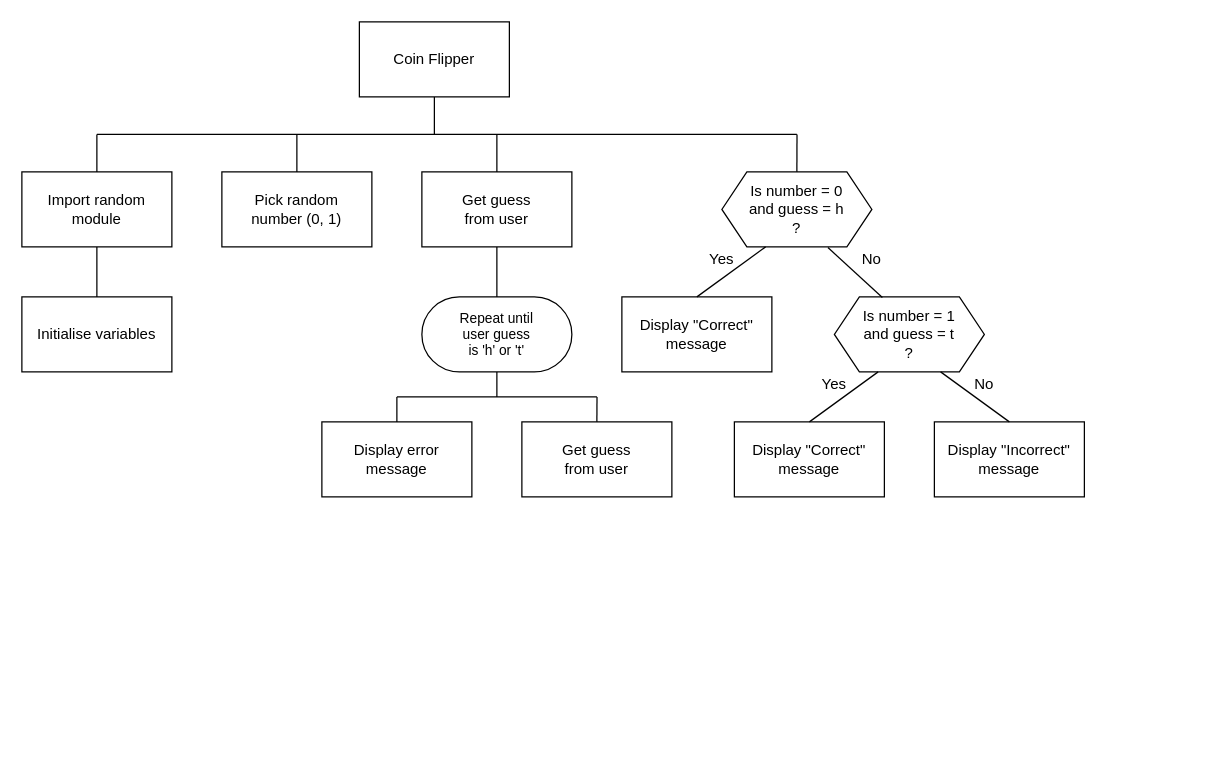
This is page "sd2" (2 of 2) of n5-cs/sdd/N5-SDD-Coin-Flipper/assets/N5 SDD Coin Flipper.drawio from MrFriendCS/MrFriendCS.github.io, a draw.io file, before an edit. Source tidied: cells renumbered, new cells numbered last; positions are measured from the earlier drawing's top-left corner, leaving out a move shared by most shapes. Both pictures are drawn from the tidied source at 125%, with x=0, y=0 at pixel (21, 21).
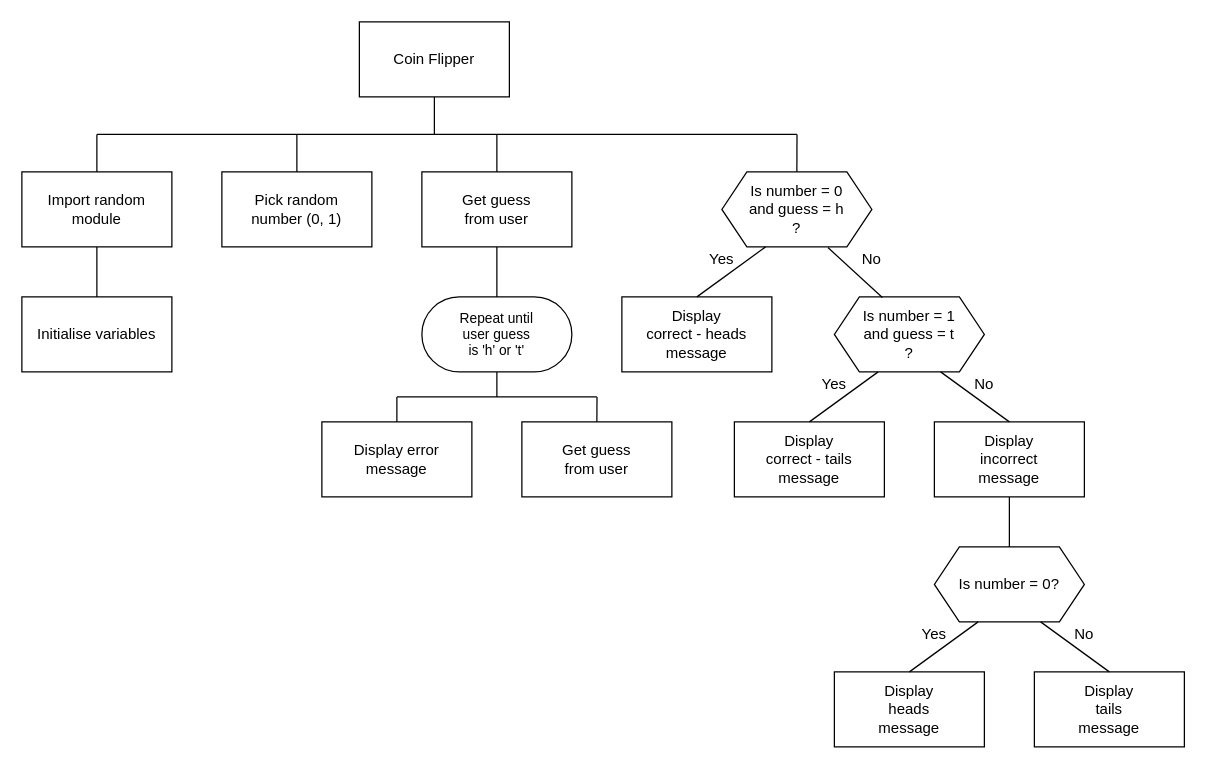
The same page after the edit.

Change to the diagram source:
```diff
@@
-    <mxCell id="7" value="Display &quot;Correct&quot;&lt;div&gt;message&lt;/div&gt;" style="rounded=0;whiteSpace=wrap;html=1;fillColor=none;" parent="1" vertex="1">
+    <mxCell id="7" value="Display&lt;div&gt;correct - heads&lt;div&gt;message&lt;/div&gt;&lt;/div&gt;" style="rounded=0;whiteSpace=wrap;html=1;fillColor=none;" parent="1" vertex="1">
       <mxGeometry x="480" y="220" width="120" height="60" as="geometry" />
     </mxCell>
@@
-    <mxCell id="28" value="Display &quot;Correct&quot;&lt;div&gt;message&lt;/div&gt;" style="rounded=0;whiteSpace=wrap;html=1;fillColor=none;" parent="1" vertex="1">
+    <mxCell id="28" value="Display&lt;div&gt;correct - tails&lt;div&gt;message&lt;/div&gt;&lt;/div&gt;" style="rounded=0;whiteSpace=wrap;html=1;fillColor=none;" parent="1" vertex="1">
       <mxGeometry x="570" y="320" width="120" height="60" as="geometry" />
     </mxCell>
+    <mxCell id="35" style="edgeStyle=orthogonalEdgeStyle;rounded=0;jettySize=auto;html=1;exitX=0.5;exitY=1;exitDx=0;exitDy=0;entryX=0.5;entryY=0;entryDx=0;entryDy=0;endArrow=none;endFill=0;" parent="1" edge="1" source="29" target="42">
+      <mxGeometry relative="1" as="geometry" />
+    </mxCell>
-    <mxCell id="29" value="&lt;span&gt;Display &quot;Incorrect&quot;&lt;/span&gt;&lt;div&gt;&lt;span&gt;message&lt;/span&gt;&lt;/div&gt;" style="rounded=0;whiteSpace=wrap;html=1;align=center;fillColor=none;" parent="1" vertex="1">
+    <mxCell id="29" value="&lt;span&gt;Display&lt;/span&gt;&lt;div&gt;&lt;span&gt;incorrect&lt;/span&gt;&lt;div&gt;&lt;span&gt;message&lt;/span&gt;&lt;/div&gt;&lt;/div&gt;" style="rounded=0;whiteSpace=wrap;html=1;align=center;fillColor=none;" parent="1" vertex="1">
       <mxGeometry x="730" y="320" width="120" height="60" as="geometry" />
     </mxCell>
@@
+    <mxCell id="36" value="Display&lt;div&gt;heads&lt;div&gt;message&lt;/div&gt;&lt;/div&gt;" style="rounded=0;whiteSpace=wrap;html=1;fillColor=none;" parent="1" vertex="1">
+      <mxGeometry x="650" y="520" width="120" height="60" as="geometry" />
+    </mxCell>
+    <mxCell id="37" value="&lt;span&gt;Display&lt;/span&gt;&lt;div&gt;&lt;span&gt;tails&lt;/span&gt;&lt;div&gt;&lt;span&gt;message&lt;/span&gt;&lt;/div&gt;&lt;/div&gt;" style="rounded=0;whiteSpace=wrap;html=1;align=center;fillColor=none;" parent="1" vertex="1">
+      <mxGeometry x="810" y="520" width="120" height="60" as="geometry" />
+    </mxCell>
+    <mxCell id="38" style="rounded=0;jettySize=auto;html=1;exitX=0.25;exitY=1;exitDx=0;exitDy=0;entryX=0.5;entryY=0;entryDx=0;entryDy=0;endArrow=none;endFill=0;" parent="1" edge="1" target="36">
+      <mxGeometry relative="1" as="geometry">
+        <mxPoint x="765" y="480" as="sourcePoint" />
+      </mxGeometry>
+    </mxCell>
+    <mxCell id="39" style="edgeStyle=none;rounded=0;jettySize=auto;html=1;exitX=0.75;exitY=1;exitDx=0;exitDy=0;entryX=0.5;entryY=0;entryDx=0;entryDy=0;endArrow=none;endFill=0;" parent="1" edge="1" target="37">
+      <mxGeometry relative="1" as="geometry">
+        <mxPoint x="815" y="480" as="sourcePoint" />
+      </mxGeometry>
+    </mxCell>
+    <mxCell id="40" value="Yes" style="text;html=1;strokeColor=none;fillColor=none;align=center;verticalAlign=middle;whiteSpace=wrap;rounded=0;" parent="1" vertex="1">
+      <mxGeometry x="710" y="480" width="40" height="20" as="geometry" />
+    </mxCell>
+    <mxCell id="41" value="No" style="text;html=1;strokeColor=none;fillColor=none;align=center;verticalAlign=middle;whiteSpace=wrap;rounded=0;" parent="1" vertex="1">
+      <mxGeometry x="830" y="480" width="40" height="20" as="geometry" />
+    </mxCell>
+    <mxCell id="42" value="Is number = 0?" style="shape=hexagon;perimeter=hexagonPerimeter2;whiteSpace=wrap;html=1;fixedSize=1;fontFamily=Helvetica;fontSize=12;fontColor=default;labelBackgroundColor=default;fillColor=none;" parent="1" vertex="1">
+      <mxGeometry x="730" y="420" width="120" height="60" as="geometry" />
+    </mxCell>
```
